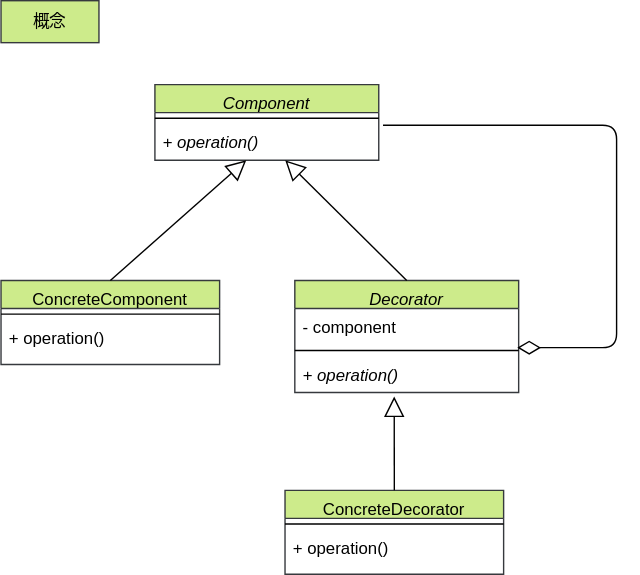
The draw.io diagram drawio/decorator/decorator_concept.drawio.svg in go-to-k/cdk-gof-design-pattern, before a commit. Source tidied: cells renumbered, new cells last; positions are measured from the earlier drawing's top-left corner, leaving out a move shared by most shapes.
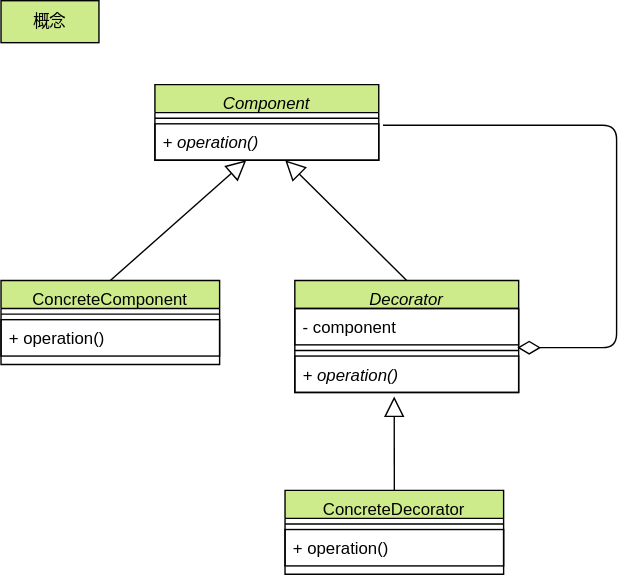
After the commit.

The edit, as a diff of the source:
```diff
@@ -1,56 +1,56 @@
-<mxGraphModel>
+<mxGraphModel background="#ffffff">
   <root>
     <mxCell id="0" />
     <mxCell id="1" parent="0" />
-    <mxCell id="2" value="ConcreteComponent" style="swimlane;fontStyle=0;align=center;verticalAlign=top;horizontal=1;startSize=20;rounded=0;shadow=0;strokeWidth=1;fillColor=#cdeb8b;strokeColor=#36393d;" parent="1" vertex="1">
+    <mxCell id="2" value="ConcreteComponent" style="swimlane;fontStyle=0;align=center;verticalAlign=top;horizontal=1;startSize=20;rounded=0;shadow=0;strokeWidth=1;fillColor=#cdeb8b;strokeColor=#000000;fontColor=#000000;" parent="1" vertex="1">
       <mxGeometry y="200" width="156.2" height="60" as="geometry" />
     </mxCell>
-    <mxCell id="3" style="line;html=1;strokeWidth=1;align=left;verticalAlign=middle;spacingTop=-1;spacingLeft=3;spacingRight=3;labelPosition=right;" parent="2" vertex="1">
+    <mxCell id="3" style="line;html=1;strokeWidth=1;align=left;verticalAlign=middle;spacingTop=-1;spacingLeft=3;spacingRight=3;labelPosition=right;strokeColor=#000000;fontColor=#000000;" parent="2" vertex="1">
       <mxGeometry y="20" width="156.2" height="8" as="geometry" />
     </mxCell>
-    <mxCell id="4" value="+ operation()" style="text;strokeColor=none;fillColor=none;align=left;verticalAlign=top;spacingLeft=4;spacingRight=4;overflow=hidden;whiteSpace=wrap;html=1;" parent="2" vertex="1">
+    <mxCell id="4" value="+ operation()" style="text;strokeColor=#000000;fillColor=none;align=left;verticalAlign=top;spacingLeft=4;spacingRight=4;overflow=hidden;whiteSpace=wrap;html=1;fontColor=#000000;" parent="2" vertex="1">
       <mxGeometry y="28" width="156.2" height="26" as="geometry" />
     </mxCell>
-    <mxCell id="5" value="Decorator" style="swimlane;fontStyle=2;align=center;verticalAlign=top;horizontal=1;startSize=20;rounded=0;shadow=0;strokeWidth=1;fillColor=#cdeb8b;strokeColor=#36393d;" parent="1" vertex="1">
+    <mxCell id="5" value="Decorator" style="swimlane;fontStyle=2;align=center;verticalAlign=top;horizontal=1;startSize=20;rounded=0;shadow=0;strokeWidth=1;fillColor=#cdeb8b;strokeColor=#000000;fontColor=#000000;" parent="1" vertex="1">
       <mxGeometry x="210" y="200" width="160" height="80" as="geometry" />
     </mxCell>
-    <mxCell id="6" value="- component" style="text;strokeColor=none;fillColor=none;align=left;verticalAlign=top;spacingLeft=4;spacingRight=4;overflow=hidden;points=[[0,0.5],[1,0.5]];portConstraint=eastwest;whiteSpace=wrap;html=1;" parent="5" vertex="1">
+    <mxCell id="6" value="- component" style="text;strokeColor=#000000;fillColor=none;align=left;verticalAlign=top;spacingLeft=4;spacingRight=4;overflow=hidden;points=[[0,0.5],[1,0.5]];portConstraint=eastwest;whiteSpace=wrap;html=1;fontColor=#000000;" parent="5" vertex="1">
       <mxGeometry y="20" width="160" height="26" as="geometry" />
     </mxCell>
-    <mxCell id="7" style="line;html=1;strokeWidth=1;align=left;verticalAlign=middle;spacingTop=-1;spacingLeft=3;spacingRight=3;labelPosition=right;" parent="5" vertex="1">
+    <mxCell id="7" style="line;html=1;strokeWidth=1;align=left;verticalAlign=middle;spacingTop=-1;spacingLeft=3;spacingRight=3;labelPosition=right;strokeColor=#000000;fontColor=#000000;" parent="5" vertex="1">
       <mxGeometry y="46" width="160" height="8" as="geometry" />
     </mxCell>
-    <mxCell id="8" value="&lt;i&gt;+ operation()&lt;/i&gt;" style="text;strokeColor=none;fillColor=none;align=left;verticalAlign=top;spacingLeft=4;spacingRight=4;overflow=hidden;points=[[0,0.5],[1,0.5]];portConstraint=eastwest;whiteSpace=wrap;html=1;" parent="5" vertex="1">
+    <mxCell id="8" value="&lt;i&gt;+ operation()&lt;/i&gt;" style="text;strokeColor=#000000;fillColor=none;align=left;verticalAlign=top;spacingLeft=4;spacingRight=4;overflow=hidden;points=[[0,0.5],[1,0.5]];portConstraint=eastwest;whiteSpace=wrap;html=1;fontColor=#000000;" parent="5" vertex="1">
       <mxGeometry y="54" width="160" height="26" as="geometry" />
     </mxCell>
-    <mxCell id="9" value="Component" style="swimlane;fontStyle=2;align=center;verticalAlign=top;horizontal=1;startSize=20;rounded=0;shadow=0;strokeWidth=1;fillColor=#cdeb8b;strokeColor=#36393d;" parent="1" vertex="1">
+    <mxCell id="9" value="Component" style="swimlane;fontStyle=2;align=center;verticalAlign=top;horizontal=1;startSize=20;rounded=0;shadow=0;strokeWidth=1;fillColor=#cdeb8b;strokeColor=#000000;fontColor=#000000;" parent="1" vertex="1">
       <mxGeometry x="110" y="60" width="160" height="54" as="geometry" />
     </mxCell>
-    <mxCell id="10" style="line;html=1;strokeWidth=1;align=left;verticalAlign=middle;spacingTop=-1;spacingLeft=3;spacingRight=3;labelPosition=right;" parent="9" vertex="1">
+    <mxCell id="10" style="line;html=1;strokeWidth=1;align=left;verticalAlign=middle;spacingTop=-1;spacingLeft=3;spacingRight=3;labelPosition=right;strokeColor=#000000;fontColor=#000000;" parent="9" vertex="1">
       <mxGeometry y="20" width="160" height="8" as="geometry" />
     </mxCell>
-    <mxCell id="11" value="&lt;i&gt;+ operation()&lt;/i&gt;" style="text;strokeColor=none;fillColor=none;align=left;verticalAlign=top;spacingLeft=4;spacingRight=4;overflow=hidden;points=[[0,0.5],[1,0.5]];portConstraint=eastwest;whiteSpace=wrap;html=1;" parent="9" vertex="1">
+    <mxCell id="11" value="&lt;i&gt;+ operation()&lt;/i&gt;" style="text;strokeColor=#000000;fillColor=none;align=left;verticalAlign=top;spacingLeft=4;spacingRight=4;overflow=hidden;points=[[0,0.5],[1,0.5]];portConstraint=eastwest;whiteSpace=wrap;html=1;fontColor=#000000;" parent="9" vertex="1">
       <mxGeometry y="28" width="160" height="26" as="geometry" />
     </mxCell>
-    <mxCell id="12" style="endArrow=block;endFill=0;endSize=12;html=1;rounded=0;exitX=0.5;exitY=0;exitDx=0;exitDy=0;" parent="1" edge="1" source="5" target="11">
+    <mxCell id="12" style="endArrow=block;endFill=0;endSize=12;html=1;rounded=0;exitX=0.5;exitY=0;exitDx=0;exitDy=0;strokeColor=#000000;fontColor=#000000;" parent="1" edge="1" source="5" target="11">
       <mxGeometry relative="1" as="geometry" />
     </mxCell>
-    <mxCell id="13" style="endArrow=block;endFill=0;endSize=12;html=1;rounded=0;exitX=0.5;exitY=0;exitDx=0;exitDy=0;" parent="1" edge="1" source="2" target="11">
+    <mxCell id="13" style="endArrow=block;endFill=0;endSize=12;html=1;rounded=0;exitX=0.5;exitY=0;exitDx=0;exitDy=0;strokeColor=#000000;fontColor=#000000;" parent="1" edge="1" source="2" target="11">
       <mxGeometry relative="1" as="geometry" />
     </mxCell>
-    <mxCell id="14" value="ConcreteDecorator" style="swimlane;fontStyle=0;align=center;verticalAlign=top;horizontal=1;startSize=20;rounded=0;shadow=0;strokeWidth=1;fillColor=#cdeb8b;strokeColor=#36393d;" parent="1" vertex="1">
+    <mxCell id="14" value="ConcreteDecorator" style="swimlane;fontStyle=0;align=center;verticalAlign=top;horizontal=1;startSize=20;rounded=0;shadow=0;strokeWidth=1;fillColor=#cdeb8b;strokeColor=#000000;fontColor=#000000;" parent="1" vertex="1">
       <mxGeometry x="203" y="350" width="156.2" height="60" as="geometry" />
     </mxCell>
-    <mxCell id="15" style="line;html=1;strokeWidth=1;align=left;verticalAlign=middle;spacingTop=-1;spacingLeft=3;spacingRight=3;labelPosition=right;" parent="14" vertex="1">
+    <mxCell id="15" style="line;html=1;strokeWidth=1;align=left;verticalAlign=middle;spacingTop=-1;spacingLeft=3;spacingRight=3;labelPosition=right;strokeColor=#000000;fontColor=#000000;" parent="14" vertex="1">
       <mxGeometry y="20" width="156.2" height="8" as="geometry" />
     </mxCell>
-    <mxCell id="16" value="+ operation()" style="text;strokeColor=none;fillColor=none;align=left;verticalAlign=top;spacingLeft=4;spacingRight=4;overflow=hidden;whiteSpace=wrap;html=1;" parent="14" vertex="1">
+    <mxCell id="16" value="+ operation()" style="text;strokeColor=#000000;fillColor=none;align=left;verticalAlign=top;spacingLeft=4;spacingRight=4;overflow=hidden;whiteSpace=wrap;html=1;fontColor=#000000;" parent="14" vertex="1">
       <mxGeometry y="28" width="156.2" height="26" as="geometry" />
     </mxCell>
-    <mxCell id="17" style="endArrow=block;endFill=0;endSize=12;html=1;rounded=0;exitX=0.5;exitY=0;exitDx=0;exitDy=0;entryX=0.444;entryY=1.115;entryDx=0;entryDy=0;entryPerimeter=0;" parent="1" edge="1" source="14" target="8">
+    <mxCell id="17" style="endArrow=block;endFill=0;endSize=12;html=1;rounded=0;exitX=0.5;exitY=0;exitDx=0;exitDy=0;entryX=0.444;entryY=1.115;entryDx=0;entryDy=0;entryPerimeter=0;strokeColor=#000000;fontColor=#000000;" parent="1" edge="1" source="14" target="8">
       <mxGeometry relative="1" as="geometry" />
     </mxCell>
-    <mxCell id="18" style="endArrow=none;html=1;endSize=12;startArrow=diamondThin;startSize=14;startFill=0;edgeStyle=orthogonalEdgeStyle;align=left;verticalAlign=bottom;exitX=0.994;exitY=1.077;exitDx=0;exitDy=0;exitPerimeter=0;entryX=1.019;entryY=0.038;entryDx=0;entryDy=0;entryPerimeter=0;endFill=0;" parent="1" edge="1" source="6" target="11">
+    <mxCell id="18" style="endArrow=none;html=1;endSize=12;startArrow=diamondThin;startSize=14;startFill=0;edgeStyle=orthogonalEdgeStyle;align=left;verticalAlign=bottom;exitX=0.994;exitY=1.077;exitDx=0;exitDy=0;exitPerimeter=0;entryX=1.019;entryY=0.038;entryDx=0;entryDy=0;entryPerimeter=0;endFill=0;strokeColor=#000000;fontColor=#000000;" parent="1" edge="1" source="6" target="11">
       <mxGeometry x="-1" y="3" relative="1" as="geometry">
         <Array as="points">
           <mxPoint x="440" y="248" />
@@ -58,7 +58,7 @@
         </Array>
       </mxGeometry>
     </mxCell>
-    <mxCell id="19" value="概念" style="rounded=0;whiteSpace=wrap;html=1;fillColor=#cdeb8b;strokeColor=#36393d;" parent="1" vertex="1">
+    <mxCell id="19" value="概念" style="rounded=0;whiteSpace=wrap;html=1;fillColor=#cdeb8b;strokeColor=#000000;fontColor=#000000;" parent="1" vertex="1">
       <mxGeometry width="70" height="30" as="geometry" />
     </mxCell>
   </root>
```
